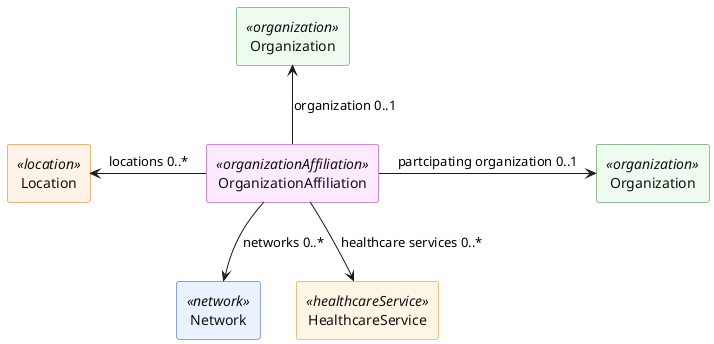
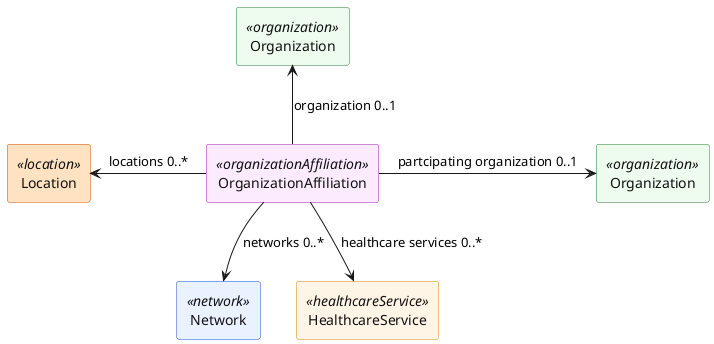
@startuml

skinparam agent {
	FontColor #111111
	BackgroundColor<<healthcareService>> #FFF5E6
	BorderColor<<healthcareService>> #D48806
- 	BackgroundColor<<location>> #FFF2E8
- 	BorderColor<<location>> #E56A00
+ 	BackgroundColor<<location>> #FFE2C2
+ 	BorderColor<<location>> #CC5200
	BackgroundColor<<network>> #EAF1FF
	BorderColor<<network>> #1D4ED8
	BackgroundColor<<organization>> #EEFBEF
	BorderColor<<organization>> #2E7D32
	BackgroundColor<<organizationAffiliation>> #FCEBFF
	BorderColor<<organizationAffiliation>> #A21CAF
}

agent OrganizationAffiliation as orgAff <<organizationAffiliation>>
agent Organization as organization1 <<organization>>
agent Organization as organization2 <<organization>>
agent Location as location <<location>>
agent Network as network <<network>>
agent HealthcareService as service <<healthcareService>>


orgAff -right-> organization2: "partcipating organization 0..1"
orgAff -up-> organization1:  "organization 0..1"
orgAff -down-> service: "healthcare services 0..*"
orgAff -down-> network: "networks 0..*"
orgAff -left-> location: "locations 0..*"

@enduml